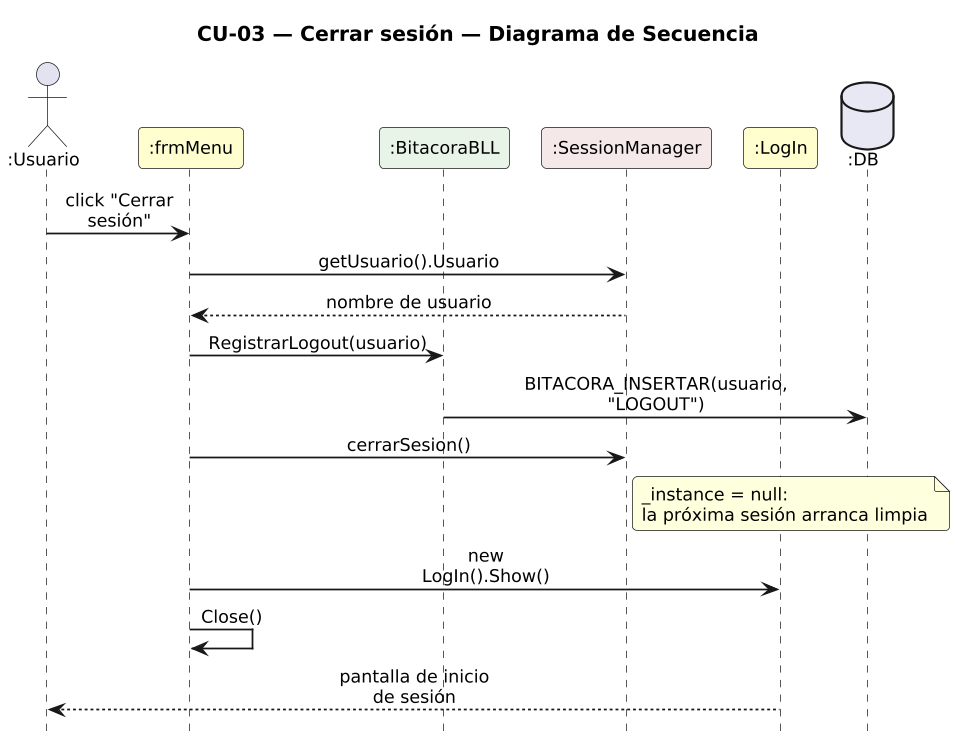
This is DIAGRAMAS/DiagramaSecuencia_CU03_CerrarSesion.png from Urrels/ingenieria_software, a PlantUML export, as it was before one commit.
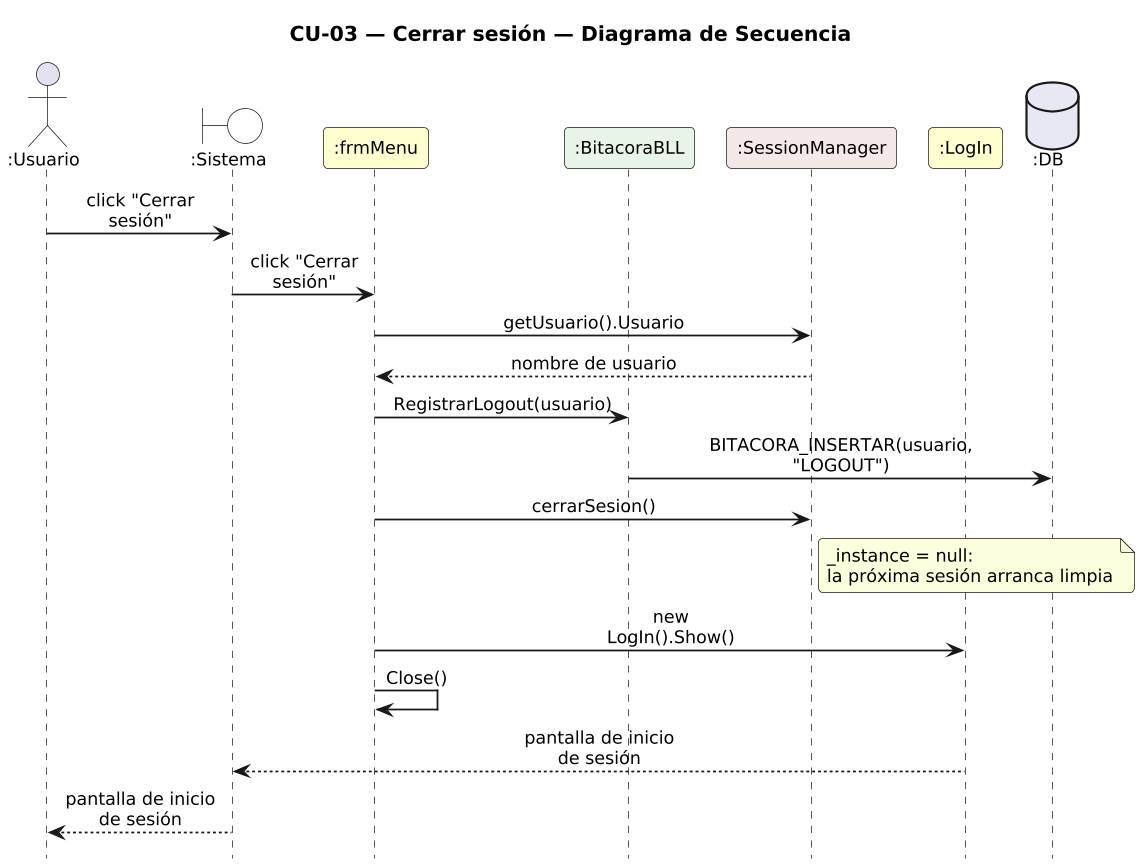
Later version of the same file.

The edit, as a diff of the source:
```diff
@@ -14,13 +14,15 @@
 hide footbox
 
 actor ":Usuario" as U
+boundary ":Sistema" as SYS #FFFFFF
 participant ":frmMenu" as M #FEFECE
 participant ":BitacoraBLL" as B #E8F4E8
 participant ":SessionManager" as S #F4E8E8
 participant ":LogIn" as L #FEFECE
 database ":DB" as DB #E8E8F4
 
-U -> M : click "Cerrar sesión"
+U -> SYS : click "Cerrar sesión"
+SYS -> M : click "Cerrar sesión"
 M -> S : getUsuario().Usuario
 S --> M : nombre de usuario
 M -> B : RegistrarLogout(usuario)
@@ -29,6 +31,7 @@
 note right of S : _instance = null:\nla próxima sesión arranca limpia
 M -> L : new LogIn().Show()
 M -> M : Close()
-L --> U : pantalla de inicio de sesión
+L --> SYS : pantalla de inicio de sesión
+SYS --> U : pantalla de inicio de sesión
 
 @enduml
```
